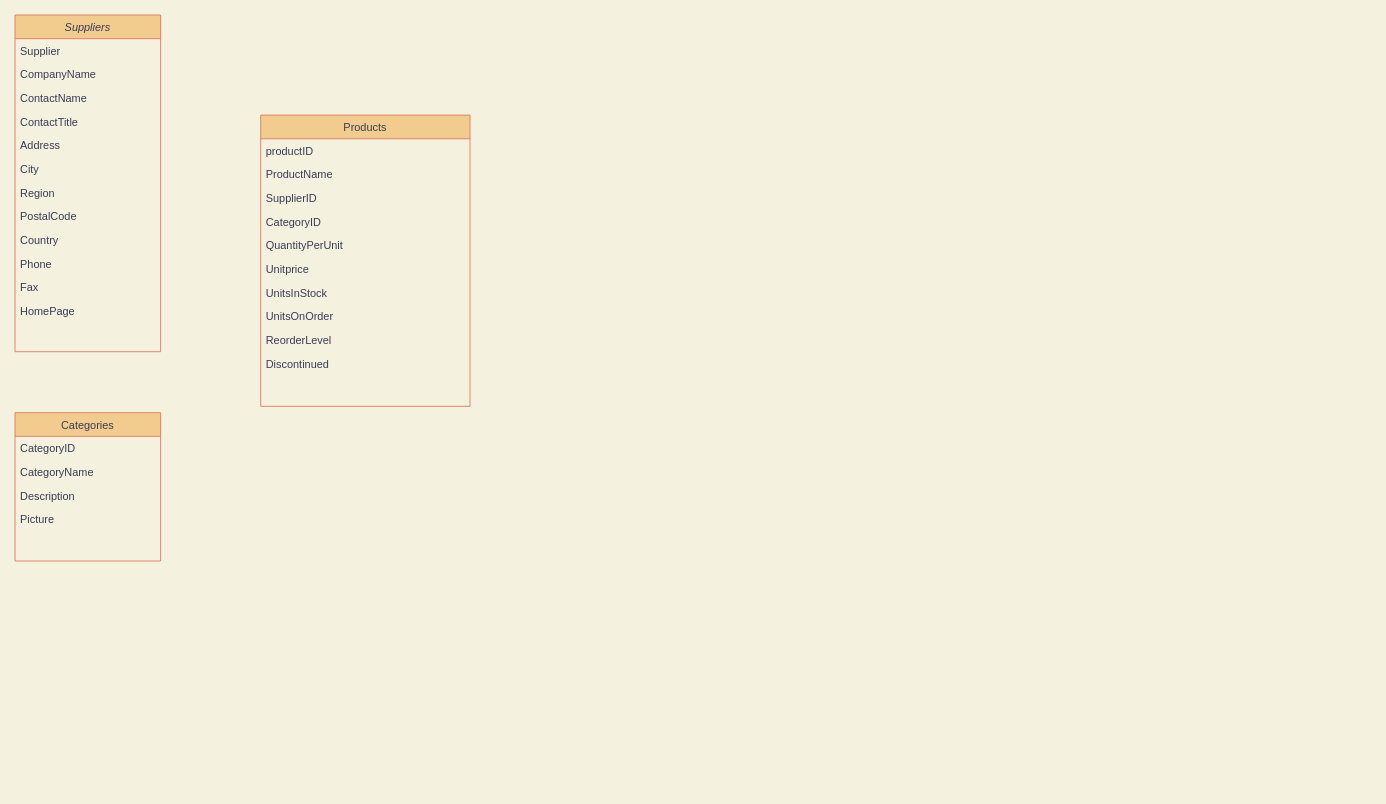
wanasda/ER_diagram keeps this draw.io diagram as ER_Shop.drawio. Above is the earlier version. Source tidied: cells renumbered, new cells numbered last; positions are measured from the earlier drawing's top-left corner, leaving out a move shared by most shapes. Both pictures are drawn from the tidied source at 91%, with x=0, y=0 at pixel (15, 15).
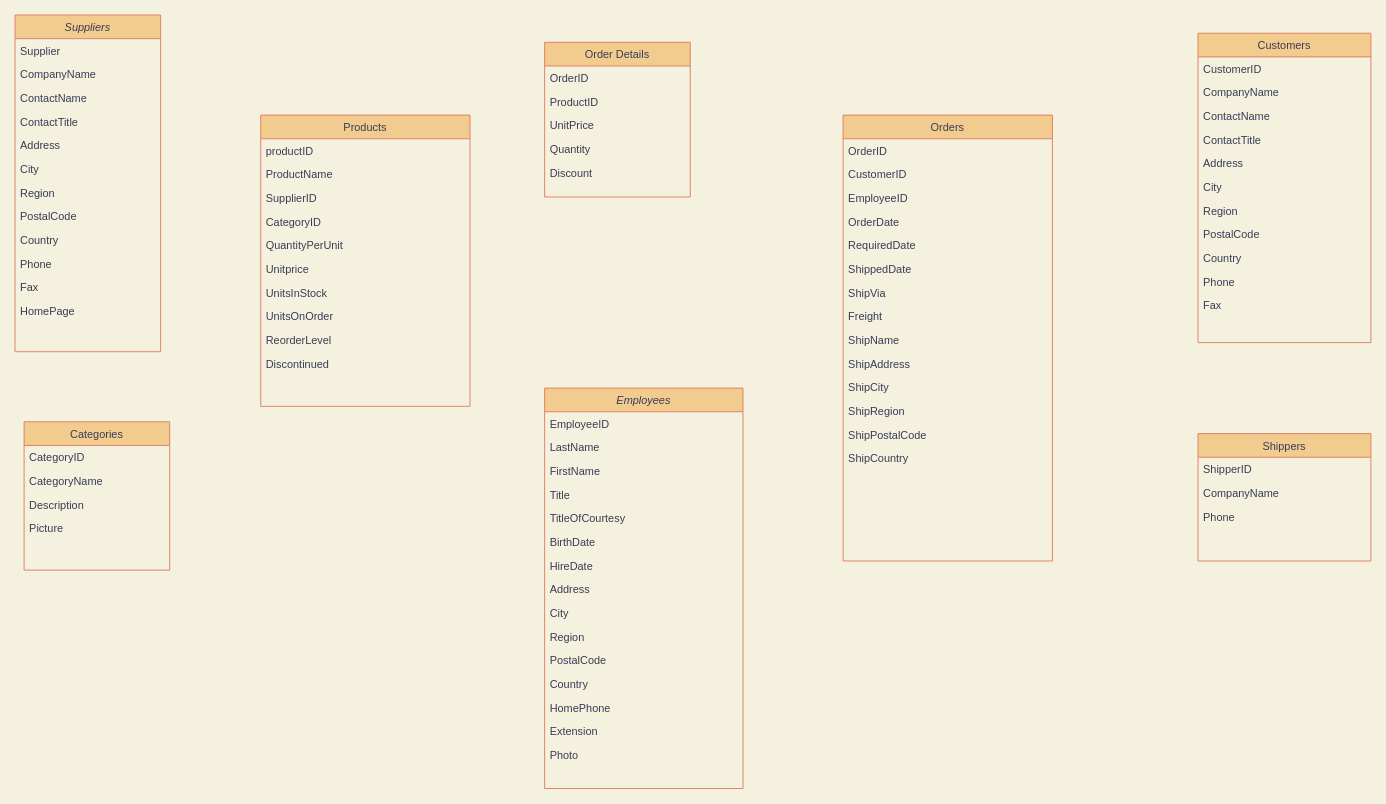
Above is the later version.

Change to the diagram source:
```diff
@@
-    <mxCell id="15" value="Categories" style="swimlane;fontStyle=0;align=center;verticalAlign=top;horizontal=1;startSize=26;rounded=0;shadow=0;strokeWidth=1;fillColor=#F2CC8F;strokeColor=#E07A5F;fontColor=#393C56;" parent="1" vertex="1">
-      <mxGeometry y="437" width="160" height="163" as="geometry" />
+    <mxCell id="15" value="Order Details" style="swimlane;fontStyle=0;align=center;verticalAlign=top;horizontal=1;startSize=26;rounded=0;shadow=0;strokeWidth=1;fillColor=#F2CC8F;strokeColor=#E07A5F;fontColor=#393C56;" parent="1" vertex="1">
+      <mxGeometry x="582" y="30" width="160" height="170" as="geometry" />
     </mxCell>
-    <mxCell id="16" value="CategoryID" style="text;align=left;verticalAlign=top;spacingLeft=4;spacingRight=4;overflow=hidden;fontColor=#393C56;" parent="15" vertex="1">
+    <mxCell id="16" value="OrderID" style="text;align=left;verticalAlign=top;spacingLeft=4;spacingRight=4;overflow=hidden;fontColor=#393C56;" parent="15" vertex="1">
       <mxGeometry y="26" width="160" height="26" as="geometry" />
     </mxCell>
-    <mxCell id="17" value="CategoryName" style="text;align=left;verticalAlign=top;spacingLeft=4;spacingRight=4;overflow=hidden;rounded=0;shadow=0;html=0;fontColor=#393C56;" parent="15" vertex="1">
+    <mxCell id="17" value="ProductID" style="text;align=left;verticalAlign=top;spacingLeft=4;spacingRight=4;overflow=hidden;rounded=0;shadow=0;html=0;fontColor=#393C56;" parent="15" vertex="1">
       <mxGeometry y="52" width="160" height="26" as="geometry" />
     </mxCell>
-    <mxCell id="18" value="Description" style="text;align=left;verticalAlign=top;spacingLeft=4;spacingRight=4;overflow=hidden;fontColor=#393C56;" parent="15" vertex="1">
+    <mxCell id="18" value="UnitPrice" style="text;align=left;verticalAlign=top;spacingLeft=4;spacingRight=4;overflow=hidden;fontColor=#393C56;" parent="15" vertex="1">
       <mxGeometry y="78" width="160" height="26" as="geometry" />
     </mxCell>
-    <mxCell id="19" value="Picture" style="text;align=left;verticalAlign=top;spacingLeft=4;spacingRight=4;overflow=hidden;fontColor=#393C56;" parent="15" vertex="1">
+    <mxCell id="19" value="Quantity" style="text;align=left;verticalAlign=top;spacingLeft=4;spacingRight=4;overflow=hidden;fontColor=#393C56;" parent="15" vertex="1">
       <mxGeometry y="104" width="160" height="26" as="geometry" />
     </mxCell>
+    <mxCell id="31" value="Discount" style="text;align=left;verticalAlign=top;spacingLeft=4;spacingRight=4;overflow=hidden;fontColor=#393C56;" parent="15" vertex="1">
+      <mxGeometry y="130" width="160" height="26" as="geometry" />
+    </mxCell>
@@
+    <mxCell id="32" value="Categories" style="swimlane;fontStyle=0;align=center;verticalAlign=top;horizontal=1;startSize=26;rounded=0;shadow=0;strokeWidth=1;fillColor=#F2CC8F;strokeColor=#E07A5F;fontColor=#393C56;" parent="1" vertex="1">
+      <mxGeometry x="10" y="447" width="160" height="163" as="geometry" />
+    </mxCell>
+    <mxCell id="33" value="CategoryID" style="text;align=left;verticalAlign=top;spacingLeft=4;spacingRight=4;overflow=hidden;fontColor=#393C56;" parent="32" vertex="1">
+      <mxGeometry y="26" width="160" height="26" as="geometry" />
+    </mxCell>
+    <mxCell id="34" value="CategoryName" style="text;align=left;verticalAlign=top;spacingLeft=4;spacingRight=4;overflow=hidden;rounded=0;shadow=0;html=0;fontColor=#393C56;" parent="32" vertex="1">
+      <mxGeometry y="52" width="160" height="26" as="geometry" />
+    </mxCell>
+    <mxCell id="35" value="Description" style="text;align=left;verticalAlign=top;spacingLeft=4;spacingRight=4;overflow=hidden;fontColor=#393C56;" parent="32" vertex="1">
+      <mxGeometry y="78" width="160" height="26" as="geometry" />
+    </mxCell>
+    <mxCell id="36" value="Picture" style="text;align=left;verticalAlign=top;spacingLeft=4;spacingRight=4;overflow=hidden;fontColor=#393C56;" parent="32" vertex="1">
+      <mxGeometry y="104" width="160" height="26" as="geometry" />
+    </mxCell>
+    <mxCell id="37" value="Employees" style="swimlane;fontStyle=2;align=center;verticalAlign=top;horizontal=1;startSize=26;rounded=0;shadow=0;strokeWidth=1;fillColor=#F2CC8F;strokeColor=#E07A5F;fontColor=#393C56;" parent="1" vertex="1">
+      <mxGeometry x="582" y="410" width="218" height="440" as="geometry" />
+    </mxCell>
+    <mxCell id="38" value="EmployeeID" style="text;align=left;verticalAlign=top;spacingLeft=4;spacingRight=4;overflow=hidden;fontColor=#393C56;" parent="37" vertex="1">
+      <mxGeometry y="26" width="218" height="26" as="geometry" />
+    </mxCell>
+    <mxCell id="39" value="LastName" style="text;align=left;verticalAlign=top;spacingLeft=4;spacingRight=4;overflow=hidden;rounded=0;shadow=0;html=0;fontColor=#393C56;" parent="37" vertex="1">
+      <mxGeometry y="52" width="218" height="26" as="geometry" />
+    </mxCell>
+    <mxCell id="40" value="FirstName" style="text;align=left;verticalAlign=top;spacingLeft=4;spacingRight=4;overflow=hidden;rounded=0;shadow=0;html=0;fontColor=#393C56;" parent="37" vertex="1">
+      <mxGeometry y="78" width="218" height="26" as="geometry" />
+    </mxCell>
+    <mxCell id="41" value="Title" style="text;align=left;verticalAlign=top;spacingLeft=4;spacingRight=4;overflow=hidden;fontColor=#393C56;" parent="37" vertex="1">
+      <mxGeometry y="104" width="218" height="26" as="geometry" />
+    </mxCell>
+    <mxCell id="42" value="TitleOfCourtesy" style="text;align=left;verticalAlign=top;spacingLeft=4;spacingRight=4;overflow=hidden;fontColor=#393C56;" parent="37" vertex="1">
+      <mxGeometry y="130" width="218" height="26" as="geometry" />
+    </mxCell>
+    <mxCell id="43" value="BirthDate" style="text;align=left;verticalAlign=top;spacingLeft=4;spacingRight=4;overflow=hidden;fontColor=#393C56;" parent="37" vertex="1">
+      <mxGeometry y="156" width="218" height="26" as="geometry" />
+    </mxCell>
+    <mxCell id="44" value="HireDate" style="text;align=left;verticalAlign=top;spacingLeft=4;spacingRight=4;overflow=hidden;fontColor=#393C56;" parent="37" vertex="1">
+      <mxGeometry y="182" width="218" height="26" as="geometry" />
+    </mxCell>
+    <mxCell id="45" value="Address" style="text;align=left;verticalAlign=top;spacingLeft=4;spacingRight=4;overflow=hidden;fontColor=#393C56;" parent="37" vertex="1">
+      <mxGeometry y="208" width="218" height="26" as="geometry" />
+    </mxCell>
+    <mxCell id="46" value="City" style="text;align=left;verticalAlign=top;spacingLeft=4;spacingRight=4;overflow=hidden;fontColor=#393C56;" parent="37" vertex="1">
+      <mxGeometry y="234" width="218" height="26" as="geometry" />
+    </mxCell>
+    <mxCell id="47" value="Region" style="text;align=left;verticalAlign=top;spacingLeft=4;spacingRight=4;overflow=hidden;fontColor=#393C56;" parent="37" vertex="1">
+      <mxGeometry y="260" width="218" height="26" as="geometry" />
+    </mxCell>
+    <mxCell id="48" value="PostalCode" style="text;align=left;verticalAlign=top;spacingLeft=4;spacingRight=4;overflow=hidden;fontColor=#393C56;" parent="37" vertex="1">
+      <mxGeometry y="286" width="218" height="26" as="geometry" />
+    </mxCell>
+    <mxCell id="49" value="Country" style="text;align=left;verticalAlign=top;spacingLeft=4;spacingRight=4;overflow=hidden;fontColor=#393C56;" parent="37" vertex="1">
+      <mxGeometry y="312" width="218" height="26" as="geometry" />
+    </mxCell>
+    <mxCell id="50" value="HomePhone" style="text;align=left;verticalAlign=top;spacingLeft=4;spacingRight=4;overflow=hidden;fontColor=#393C56;" parent="37" vertex="1">
+      <mxGeometry y="338" width="218" height="26" as="geometry" />
+    </mxCell>
+    <mxCell id="51" value="Extension" style="text;align=left;verticalAlign=top;spacingLeft=4;spacingRight=4;overflow=hidden;fontColor=#393C56;" parent="37" vertex="1">
+      <mxGeometry y="364" width="218" height="26" as="geometry" />
+    </mxCell>
+    <mxCell id="52" value="Photo" style="text;align=left;verticalAlign=top;spacingLeft=4;spacingRight=4;overflow=hidden;fontColor=#393C56;" parent="37" vertex="1">
+      <mxGeometry y="390" width="218" height="26" as="geometry" />
+    </mxCell>
+    <mxCell id="53" value="Orders" style="swimlane;fontStyle=0;align=center;verticalAlign=top;horizontal=1;startSize=26;rounded=0;shadow=0;strokeWidth=1;fillColor=#F2CC8F;strokeColor=#E07A5F;fontColor=#393C56;" parent="1" vertex="1">
+      <mxGeometry x="910" y="110" width="230" height="490" as="geometry" />
+    </mxCell>
+    <mxCell id="54" value="OrderID" style="text;align=left;verticalAlign=top;spacingLeft=4;spacingRight=4;overflow=hidden;fontColor=#393C56;" parent="53" vertex="1">
+      <mxGeometry y="26" width="230" height="26" as="geometry" />
+    </mxCell>
+    <mxCell id="55" value="CustomerID" style="text;align=left;verticalAlign=top;spacingLeft=4;spacingRight=4;overflow=hidden;rounded=0;shadow=0;html=0;fontColor=#393C56;" parent="53" vertex="1">
+      <mxGeometry y="52" width="230" height="26" as="geometry" />
+    </mxCell>
+    <mxCell id="56" value="EmployeeID" style="text;align=left;verticalAlign=top;spacingLeft=4;spacingRight=4;overflow=hidden;rounded=0;shadow=0;html=0;fontColor=#393C56;" parent="53" vertex="1">
+      <mxGeometry y="78" width="230" height="26" as="geometry" />
+    </mxCell>
+    <mxCell id="57" value="OrderDate" style="text;align=left;verticalAlign=top;spacingLeft=4;spacingRight=4;overflow=hidden;rounded=0;shadow=0;html=0;fontColor=#393C56;" parent="53" vertex="1">
+      <mxGeometry y="104" width="230" height="26" as="geometry" />
+    </mxCell>
+    <mxCell id="58" value="RequiredDate" style="text;align=left;verticalAlign=top;spacingLeft=4;spacingRight=4;overflow=hidden;rounded=0;shadow=0;html=0;fontColor=#393C56;" parent="53" vertex="1">
+      <mxGeometry y="130" width="230" height="26" as="geometry" />
+    </mxCell>
+    <mxCell id="59" value="ShippedDate" style="text;align=left;verticalAlign=top;spacingLeft=4;spacingRight=4;overflow=hidden;fontColor=#393C56;" parent="53" vertex="1">
+      <mxGeometry y="156" width="230" height="26" as="geometry" />
+    </mxCell>
+    <mxCell id="60" value="ShipVia" style="text;align=left;verticalAlign=top;spacingLeft=4;spacingRight=4;overflow=hidden;fontColor=#393C56;" parent="53" vertex="1">
+      <mxGeometry y="182" width="230" height="26" as="geometry" />
+    </mxCell>
+    <mxCell id="61" value="Freight" style="text;align=left;verticalAlign=top;spacingLeft=4;spacingRight=4;overflow=hidden;fontColor=#393C56;" parent="53" vertex="1">
+      <mxGeometry y="208" width="230" height="26" as="geometry" />
+    </mxCell>
+    <mxCell id="62" value="ShipName" style="text;align=left;verticalAlign=top;spacingLeft=4;spacingRight=4;overflow=hidden;fontColor=#393C56;" parent="53" vertex="1">
+      <mxGeometry y="234" width="230" height="26" as="geometry" />
+    </mxCell>
+    <mxCell id="63" value="ShipAddress" style="text;align=left;verticalAlign=top;spacingLeft=4;spacingRight=4;overflow=hidden;fontColor=#393C56;" parent="53" vertex="1">
+      <mxGeometry y="260" width="230" height="26" as="geometry" />
+    </mxCell>
+    <mxCell id="64" value="ShipCity" style="text;align=left;verticalAlign=top;spacingLeft=4;spacingRight=4;overflow=hidden;fontColor=#393C56;" parent="53" vertex="1">
+      <mxGeometry y="286" width="230" height="26" as="geometry" />
+    </mxCell>
+    <mxCell id="65" value="ShipRegion" style="text;align=left;verticalAlign=top;spacingLeft=4;spacingRight=4;overflow=hidden;fontColor=#393C56;" parent="53" vertex="1">
+      <mxGeometry y="312" width="230" height="26" as="geometry" />
+    </mxCell>
+    <mxCell id="66" value="ShipPostalCode" style="text;align=left;verticalAlign=top;spacingLeft=4;spacingRight=4;overflow=hidden;fontColor=#393C56;" parent="53" vertex="1">
+      <mxGeometry y="338" width="230" height="26" as="geometry" />
+    </mxCell>
+    <mxCell id="67" value="ShipCountry" style="text;align=left;verticalAlign=top;spacingLeft=4;spacingRight=4;overflow=hidden;fontColor=#393C56;" parent="53" vertex="1">
+      <mxGeometry y="364" width="230" height="26" as="geometry" />
+    </mxCell>
+    <mxCell id="68" value="Customers" style="swimlane;fontStyle=0;align=center;verticalAlign=top;horizontal=1;startSize=26;rounded=0;shadow=0;strokeWidth=1;fillColor=#F2CC8F;strokeColor=#E07A5F;fontColor=#393C56;" parent="1" vertex="1">
+      <mxGeometry x="1300" y="20" width="190" height="340" as="geometry" />
+    </mxCell>
+    <mxCell id="69" value="CustomerID" style="text;align=left;verticalAlign=top;spacingLeft=4;spacingRight=4;overflow=hidden;fontColor=#393C56;" parent="68" vertex="1">
+      <mxGeometry y="26" width="190" height="26" as="geometry" />
+    </mxCell>
+    <mxCell id="70" value="CompanyName" style="text;align=left;verticalAlign=top;spacingLeft=4;spacingRight=4;overflow=hidden;rounded=0;shadow=0;html=0;fontColor=#393C56;" parent="68" vertex="1">
+      <mxGeometry y="52" width="190" height="26" as="geometry" />
+    </mxCell>
+    <mxCell id="71" value="ContactName" style="text;align=left;verticalAlign=top;spacingLeft=4;spacingRight=4;overflow=hidden;fontColor=#393C56;" parent="68" vertex="1">
+      <mxGeometry y="78" width="190" height="26" as="geometry" />
+    </mxCell>
+    <mxCell id="72" value="ContactTitle" style="text;align=left;verticalAlign=top;spacingLeft=4;spacingRight=4;overflow=hidden;fontColor=#393C56;" parent="68" vertex="1">
+      <mxGeometry y="104" width="190" height="26" as="geometry" />
+    </mxCell>
+    <mxCell id="73" value="Address" style="text;align=left;verticalAlign=top;spacingLeft=4;spacingRight=4;overflow=hidden;fontColor=#393C56;" parent="68" vertex="1">
+      <mxGeometry y="130" width="190" height="26" as="geometry" />
+    </mxCell>
+    <mxCell id="74" value="City" style="text;align=left;verticalAlign=top;spacingLeft=4;spacingRight=4;overflow=hidden;fontColor=#393C56;" parent="68" vertex="1">
+      <mxGeometry y="156" width="190" height="26" as="geometry" />
+    </mxCell>
+    <mxCell id="75" value="Region" style="text;align=left;verticalAlign=top;spacingLeft=4;spacingRight=4;overflow=hidden;fontColor=#393C56;" parent="68" vertex="1">
+      <mxGeometry y="182" width="190" height="26" as="geometry" />
+    </mxCell>
+    <mxCell id="76" value="PostalCode" style="text;align=left;verticalAlign=top;spacingLeft=4;spacingRight=4;overflow=hidden;fontColor=#393C56;" parent="68" vertex="1">
+      <mxGeometry y="208" width="190" height="26" as="geometry" />
+    </mxCell>
+    <mxCell id="77" value="Country" style="text;align=left;verticalAlign=top;spacingLeft=4;spacingRight=4;overflow=hidden;fontColor=#393C56;" parent="68" vertex="1">
+      <mxGeometry y="234" width="190" height="26" as="geometry" />
+    </mxCell>
+    <mxCell id="78" value="Phone" style="text;align=left;verticalAlign=top;spacingLeft=4;spacingRight=4;overflow=hidden;fontColor=#393C56;" parent="68" vertex="1">
+      <mxGeometry y="260" width="190" height="26" as="geometry" />
+    </mxCell>
+    <mxCell id="79" value="Fax" style="text;align=left;verticalAlign=top;spacingLeft=4;spacingRight=4;overflow=hidden;fontColor=#393C56;" parent="68" vertex="1">
+      <mxGeometry y="286" width="190" height="26" as="geometry" />
+    </mxCell>
+    <mxCell id="80" value="Shippers" style="swimlane;fontStyle=0;align=center;verticalAlign=top;horizontal=1;startSize=26;rounded=0;shadow=0;strokeWidth=1;fillColor=#F2CC8F;strokeColor=#E07A5F;fontColor=#393C56;" parent="1" vertex="1">
+      <mxGeometry x="1300" y="460" width="190" height="140" as="geometry" />
+    </mxCell>
+    <mxCell id="81" value="ShipperID" style="text;align=left;verticalAlign=top;spacingLeft=4;spacingRight=4;overflow=hidden;fontColor=#393C56;" parent="80" vertex="1">
+      <mxGeometry y="26" width="190" height="26" as="geometry" />
+    </mxCell>
+    <mxCell id="82" value="CompanyName" style="text;align=left;verticalAlign=top;spacingLeft=4;spacingRight=4;overflow=hidden;rounded=0;shadow=0;html=0;fontColor=#393C56;" parent="80" vertex="1">
+      <mxGeometry y="52" width="190" height="26" as="geometry" />
+    </mxCell>
+    <mxCell id="83" value="Phone" style="text;align=left;verticalAlign=top;spacingLeft=4;spacingRight=4;overflow=hidden;fontColor=#393C56;" parent="80" vertex="1">
+      <mxGeometry y="78" width="190" height="26" as="geometry" />
+    </mxCell>
```
